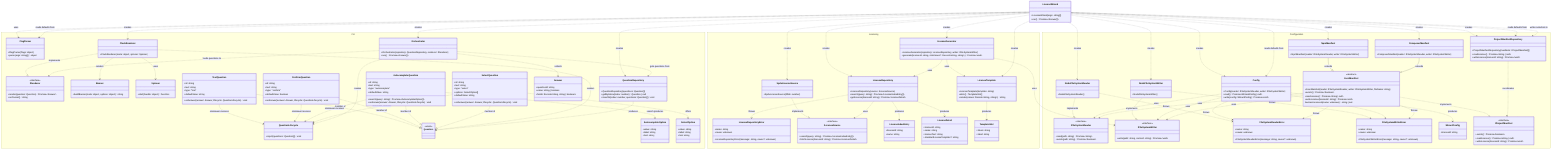
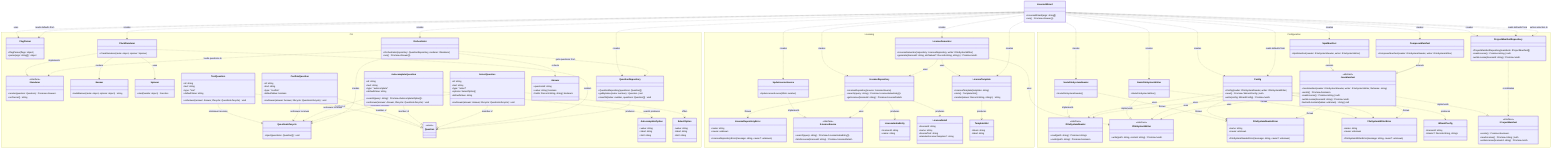
classDiagram
  direction TB

  class LicenseWizard {
    +LicenseWizard(args: string[])
    +run() Promise~Answer[]~
  }

  namespace CLI {
    class FlagParser {
      +FlagParser(flags: object)
      +parse(args: string[]) object
    }

    class Orchestrator {
      +Orchestrator(repository: QuestionRepository, renderer: IRenderer)
      +run() Promise~Answer[]~
    }

    class IRenderer {
      <<interface>>
      +render(question: Question) Promise~Answer~
      +onCancel() string
    }

    class ClackRenderer {
      +ClackRenderer(meta: object, spinner: Spinner)
    }

    class Banner {
      +buildBanner(meta: object, options: object) string
    }

    class Spinner {
      +start(handle: object) Function
    }

    class QuestionRepository {
      +QuestionRepository(questions: Question[])
      +getByIndex(index: number) Question | null
      +insertAt(index: number, questions: Question[]) void
    }

    class QuestionLifecycle {
      +inject(questions: Question[]) void
    }

    class Question {
      <<union>>
    }

    class TextQuestion {
      +id: string
      +text: string
      +type: "text"
      +defaultValue: string
      +onAnswer(answer: Answer, lifecycle: QuestionLifecycle) void
    }

    class ConfirmQuestion {
      +id: string
      +text: string
      +type: "confirm"
      +defaultValue: boolean
      +onAnswer(answer: Answer, lifecycle: QuestionLifecycle) void
    }

    class AutocompleteQuestion {
      +id: string
      +text: string
      +type: "autocomplete"
      +defaultValue: string
      +search(query: string) Promise~AutocompleteOption[]~
      +onAnswer(answer: Answer, lifecycle: QuestionLifecycle) void
    }

    class AutocompleteOption {
      +value: string
      +label: string
      +hint: string
    }

    class SelectQuestion {
      +id: string
      +text: string
      +type: "select"
      +options: SelectOption[]
      +defaultValue: string
      +onAnswer(answer: Answer, lifecycle: QuestionLifecycle) void
    }

    class SelectOption {
      +value: string
      +label: string
      +hint: string
    }

    class Answer {
      +questionId: string
      +value: string | boolean
      +fields: Record~string, string | boolean~
    }
  }

  namespace Licensing {
    class LicenseRepository {
      +LicenseRepository(source: ILicenseSource)
      +search(query: string) Promise~LicenseIndexEntry[]~
      +getLicense(licenseId: string) Promise~LicenseDetail~
    }

    class LicenseRepositoryError {
      +name: string
      +cause: unknown
      +LicenseRepositoryError(message: string, cause?: unknown)
    }

    class ILicenseSource {
      <<interface>>
      +search(query: string) Promise~LicenseIndexEntry[]~
      +fetchLicense(licenseId: string) Promise~LicenseDetail~
    }

    class SpdxLicenseSource {
      +SpdxLicenseSource(ttlMs: number)
    }

    class LicenseIndexEntry {
      +licenseId: string
      +name: string
    }

    class LicenseDetail {
      +licenseId: string
      +name: string
      +licenseText: string
      +standardLicenseTemplate?: string
    }

    class LicenseTemplate {
      +LicenseTemplate(template: string)
      +slots() TemplateSlot[]
      +render(values: Record~string, string~) string
    }

    class TemplateSlot {
      +token: string
      +label: string
    }

    class LicenseGenerator {
      +LicenseGenerator(repository: LicenseRepository, writer: IFileSystemWriter)
      +generate(licenseId: string, slotValues?: Record~string, string~) Promise~void~
    }
  }

  namespace Configuration {
    class IFileSystemReader {
      <<interface>>
      +read(path: string) Promise~string~
      +exists(path: string) Promise~boolean~
    }

    class IFileSystemWriter {
      <<interface>>
      +write(path: string, content: string) Promise~void~
    }

    class NodeFileSystemReader {
      +NodeFileSystemReader()
    }

    class NodeFileSystemWriter {
      +NodeFileSystemWriter()
    }

    class FileSystemReaderError {
      +name: string
      +cause: unknown
      +FileSystemReaderError(message: string, cause?: unknown)
    }

    class FileSystemWriterError {
      +name: string
      +cause: unknown
      +FileSystemWriterError(message: string, cause?: unknown)
    }

    class WizardConfig {
      +licenseId: string
+       +tokens?: Record~string, string~
    }

    class Config {
      +Config(reader: IFileSystemReader, writer: IFileSystemWriter)
      +read() Promise~WizardConfig | null~
      +write(config: WizardConfig) Promise~void~
    }

    class IProjectManifest {
      <<interface>>
      +exists() Promise~boolean~
      +readLicense() Promise~string | null~
      +writeLicense(licenseId: string) Promise~void~
    }

    class JsonManifest {
      <<abstract>>
      +JsonManifest(reader: IFileSystemReader, writer: IFileSystemWriter, fileName: string)
      +exists() Promise~boolean~
      +readLicense() Promise~string | null~
      +writeLicense(licenseId: string) Promise~void~
      #extractLicenseId(value: unknown)* string | null
    }

    class NpmManifest {
      +NpmManifest(reader: IFileSystemReader, writer: IFileSystemWriter)
    }

    class ComposerManifest {
      +ComposerManifest(reader: IFileSystemReader, writer: IFileSystemWriter)
    }

    class ProjectManifestRepository {
      +ProjectManifestRepository(manifests: IProjectManifest[])
      +readLicense() Promise~string | null~
      +writeLicense(licenseId: string) Promise~void~
    }
  }

  TextQuestion ..|> Question : member of
  ConfirmQuestion ..|> Question : member of
  AutocompleteQuestion ..|> Question : member of
  SelectQuestion ..|> Question : member of
  TextQuestion ..> QuestionLifecycle : onAnswer receives
  ConfirmQuestion ..> QuestionLifecycle : onAnswer receives
  AutocompleteQuestion ..> QuestionLifecycle : onAnswer receives
  SelectQuestion ..> QuestionLifecycle : onAnswer receives
  SelectQuestion ..> SelectOption : offers
  Orchestrator ..> QuestionLifecycle : creates
  ClackRenderer ..|> IRenderer : implements
  ClackRenderer ..> Spinner : uses
  ClackRenderer ..> Banner : renders
  LicenseWizard ..> FlagParser : uses
  LicenseWizard ..> FlagParser : reads defaults from
  LicenseWizard ..> QuestionRepository : creates
  LicenseWizard ..> ClackRenderer : creates
  LicenseWizard ..> Orchestrator : creates
  LicenseWizard ..> SpdxLicenseSource : creates
  LicenseWizard ..> LicenseRepository : creates
  LicenseWizard ..> LicenseGenerator : creates
  Orchestrator ..> QuestionRepository : gets questions from
  Orchestrator ..> IRenderer : feeds questions to
  ClackRenderer ..> Question : renders
  QuestionRepository ..> Question : produces
  AutocompleteQuestion ..> AutocompleteOption : search produces
  Orchestrator ..> Answer : collects
  SpdxLicenseSource ..|> ILicenseSource : implements
  LicenseRepository ..> ILicenseSource : uses
  LicenseRepository ..> LicenseIndexEntry : produces
  LicenseRepository ..> LicenseDetail : produces
  LicenseRepository ..> LicenseRepositoryError : throws
  LicenseGenerator ..> LicenseRepository : uses
  LicenseGenerator ..> IFileSystemWriter : uses
  LicenseGenerator ..> LicenseTemplate : uses
  LicenseTemplate ..> TemplateSlot : produces
  LicenseWizard ..> LicenseTemplate : creates
  NodeFileSystemReader ..|> IFileSystemReader : implements
  NodeFileSystemWriter ..|> IFileSystemWriter : implements
  NodeFileSystemReader ..> FileSystemReaderError : throws
  NodeFileSystemWriter ..> FileSystemWriterError : throws
  Config ..> IFileSystemReader : uses
  Config ..> IFileSystemWriter : uses
  Config ..> WizardConfig : produces
  Config ..> FileSystemReaderError : throws
  Config ..> FileSystemWriterError : throws
  JsonManifest ..|> IProjectManifest : implements
  NpmManifest --|> JsonManifest : extends
  ComposerManifest --|> JsonManifest : extends
  JsonManifest ..> IFileSystemReader : uses
  JsonManifest ..> IFileSystemWriter : uses
  JsonManifest ..> FileSystemReaderError : throws
  JsonManifest ..> FileSystemWriterError : throws
  ProjectManifestRepository ..> IProjectManifest : coordinates
  LicenseWizard ..> NodeFileSystemReader : creates
  LicenseWizard ..> NodeFileSystemWriter : creates
  LicenseWizard ..> Config : creates
  LicenseWizard ..> Config : reads defaults from
  LicenseWizard ..> NpmManifest : creates
  LicenseWizard ..> ComposerManifest : creates
  LicenseWizard ..> ProjectManifestRepository : creates
  LicenseWizard ..> ProjectManifestRepository : reads defaults from
  LicenseWizard ..> ProjectManifestRepository : writes selection to
